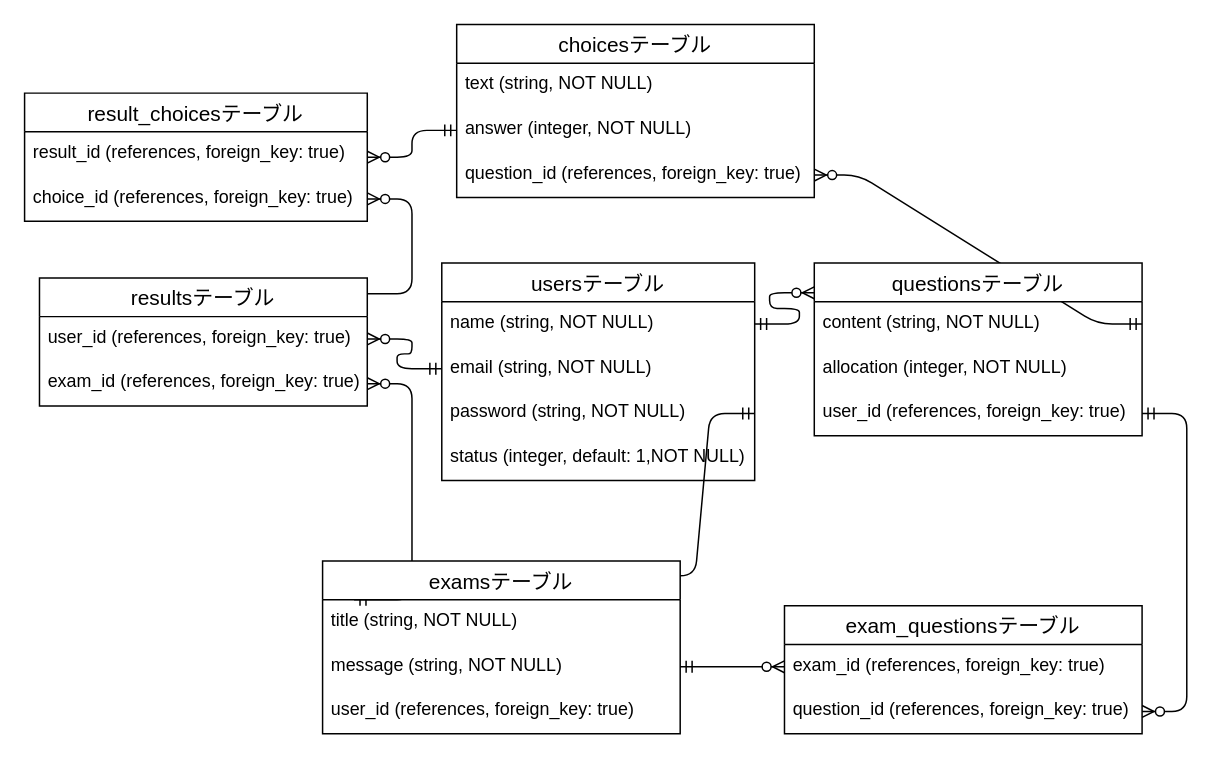
fujiwarashi/silhouette-person keeps this draw.io diagram as ER.dio. Above is the earlier version. Source tidied: cells renumbered, new cells numbered last; positions are measured from the earlier drawing's top-left corner, leaving out a move shared by most shapes. Both pictures are drawn from the tidied source at 149%, with x=0, y=0 at pixel (24, 24).
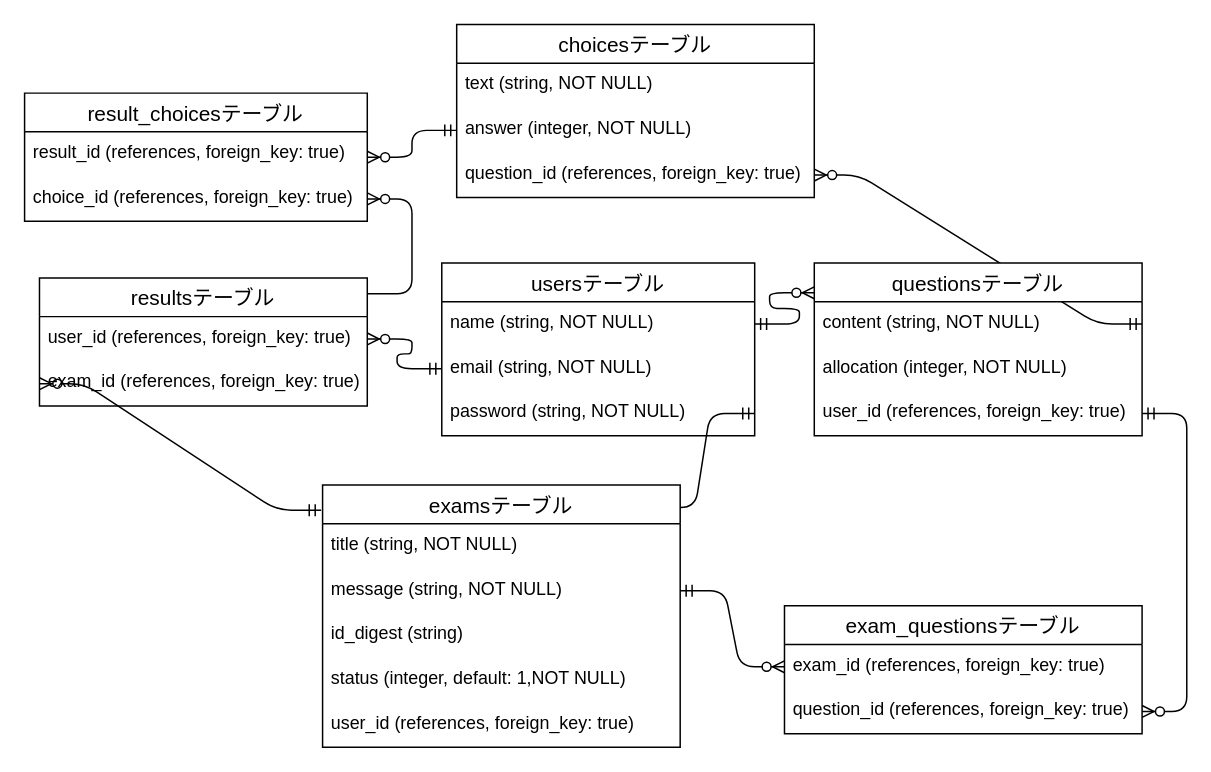
The same diagram, later.

Unchanged cells that the change refers to:
```xml
<mxCell id="36" value="exam_id (references, foreign_key: true)" style="text;strokeColor=none;fillColor=none;spacingLeft=4;spacingRight=4;overflow=hidden;points=[[0,0.5],[1,0.5]];portConstraint=eastwest;fontSize=12;" parent="34" vertex="1">
  <mxGeometry y="56" width="220" height="30" as="geometry" />
</mxCell>
```

The edit, as a diff of the source:
```diff
@@
-    <mxCell id="6" style="edgeStyle=entityRelationEdgeStyle;fontSize=12;html=1;endArrow=ERzeroToMany;startArrow=ERmandOne;exitX=0.088;exitY=0.224;exitDx=0;exitDy=0;exitPerimeter=0;" parent="1" edge="1" source="30" target="36">
+    <mxCell id="6" style="edgeStyle=entityRelationEdgeStyle;fontSize=12;html=1;endArrow=ERzeroToMany;startArrow=ERmandOne;exitX=-0.004;exitY=0.096;exitDx=0;exitDy=0;exitPerimeter=0;entryX=0;entryY=0.5;entryDx=0;entryDy=0;" parent="1" edge="1" source="30" target="36">
       <mxGeometry relative="1" as="geometry" />
     </mxCell>
@@
     <mxCell id="25" value="usersテーブル" style="swimlane;fontStyle=0;horizontal=1;startSize=26;align=center;fontSize=14;" parent="1" vertex="1">
-      <mxGeometry x="280" y="160" width="210" height="146" as="geometry" />
+      <mxGeometry x="280" y="160" width="210" height="116" as="geometry" />
     </mxCell>
@@
-    <mxCell id="29" value="status (integer, default: 1,NOT NULL)" style="text;strokeColor=none;fillColor=none;spacingLeft=4;spacingRight=4;overflow=hidden;fontSize=12;" parent="25" vertex="1">
-      <mxGeometry y="116" width="210" height="30" as="geometry" />
-    </mxCell>
     <mxCell id="30" value="examsテーブル" style="swimlane;fontStyle=0;horizontal=1;startSize=26;align=center;fontSize=14;" parent="1" vertex="1">
-      <mxGeometry x="200" y="360" width="240" height="116" as="geometry" />
+      <mxGeometry x="200" y="309" width="240" height="176" as="geometry" />
     </mxCell>
@@
+    <mxCell id="37" value="id_digest (string)" style="text;strokeColor=none;fillColor=none;spacingLeft=4;spacingRight=4;overflow=hidden;fontSize=12;" parent="30" vertex="1">
+      <mxGeometry y="86" width="240" height="30" as="geometry" />
+    </mxCell>
+    <mxCell id="29" value="status (integer, default: 1,NOT NULL)" style="text;strokeColor=none;fillColor=none;spacingLeft=4;spacingRight=4;overflow=hidden;fontSize=12;" parent="30" vertex="1">
+      <mxGeometry y="116" width="240" height="30" as="geometry" />
+    </mxCell>
     <mxCell id="33" value="user_id (references, foreign_key: true)" style="text;strokeColor=none;fillColor=none;spacingLeft=4;spacingRight=4;overflow=hidden;fontSize=12;" parent="30" vertex="1">
-      <mxGeometry y="86" width="240" height="30" as="geometry" />
+      <mxGeometry y="146" width="240" height="30" as="geometry" />
     </mxCell>
```
